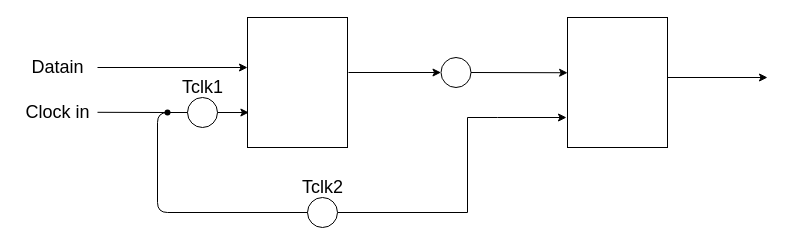
Earlier version of the draw.io diagram FPGA timing constraints .drawio (Katharine-0331/files). Source tidied: cells renumbered, new cells numbered last; positions are measured from the earlier drawing's top-left corner, leaving out a move shared by most shapes. Both pictures are drawn from the tidied source at 100%, with x=0, y=0 at pixel (17, 17).
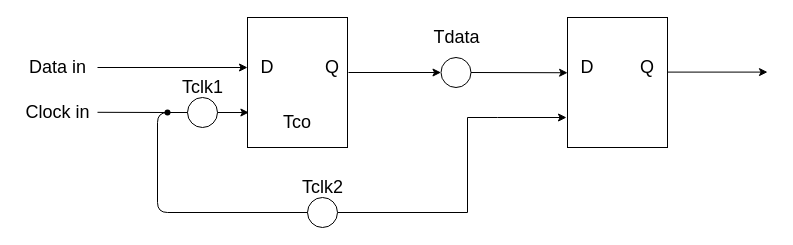
The same diagram, later.

Change to the diagram source:
```diff
@@
     <mxCell id="8" style="endArrow=classic;html=1;" parent="1" edge="1">
       <mxGeometry relative="1" as="geometry">
-        <mxPoint x="650" y="60" as="sourcePoint" />
-        <mxPoint x="750" y="60" as="targetPoint" />
+        <mxPoint x="650" y="54.6" as="sourcePoint" />
+        <mxPoint x="750" y="54.6" as="targetPoint" />
       </mxGeometry>
     </mxCell>
@@
-    <mxCell id="16" value="&lt;font style=&quot;font-size: 18px&quot;&gt;Datain&lt;/font&gt;" style="text;html=1;align=center;verticalAlign=middle;strokeColor=none;" parent="1" vertex="1">
+    <mxCell id="16" value="&lt;font style=&quot;font-size: 18px&quot;&gt;Data in&lt;/font&gt;" style="text;html=1;align=center;verticalAlign=middle;strokeColor=none;" parent="1" vertex="1">
       <mxGeometry x="5" y="40" width="70" height="20" as="geometry" />
     </mxCell>
@@
+    <mxCell id="20" value="Tdata" style="text;html=1;align=center;verticalAlign=middle;strokeColor=none;fontSize=18;" parent="1" vertex="1">
+      <mxGeometry x="408.5" y="5" width="60" height="30" as="geometry" />
+    </mxCell>
+    <mxCell id="21" value="D" style="text;html=1;strokeColor=none;fillColor=none;align=center;verticalAlign=middle;whiteSpace=wrap;rounded=0;fontSize=18;" parent="1" vertex="1">
+      <mxGeometry x="230" y="40" width="40" height="20" as="geometry" />
+    </mxCell>
+    <mxCell id="22" value="Q" style="text;html=1;strokeColor=none;fillColor=none;align=center;verticalAlign=middle;whiteSpace=wrap;rounded=0;fontSize=18;" parent="1" vertex="1">
+      <mxGeometry x="295" y="40" width="40" height="20" as="geometry" />
+    </mxCell>
+    <mxCell id="23" value="D" style="text;html=1;strokeColor=none;fillColor=none;align=center;verticalAlign=middle;whiteSpace=wrap;rounded=0;fontSize=18;" parent="1" vertex="1">
+      <mxGeometry x="550" y="40" width="40" height="20" as="geometry" />
+    </mxCell>
+    <mxCell id="24" value="Q" style="text;html=1;strokeColor=none;fillColor=none;align=center;verticalAlign=middle;whiteSpace=wrap;rounded=0;fontSize=18;" parent="1" vertex="1">
+      <mxGeometry x="610" y="40" width="40" height="20" as="geometry" />
+    </mxCell>
+    <mxCell id="25" value="Tco" style="text;html=1;strokeColor=none;fillColor=none;align=center;verticalAlign=middle;whiteSpace=wrap;rounded=0;fontSize=18;" parent="1" vertex="1">
+      <mxGeometry x="260" y="95" width="40" height="20" as="geometry" />
+    </mxCell>
```
